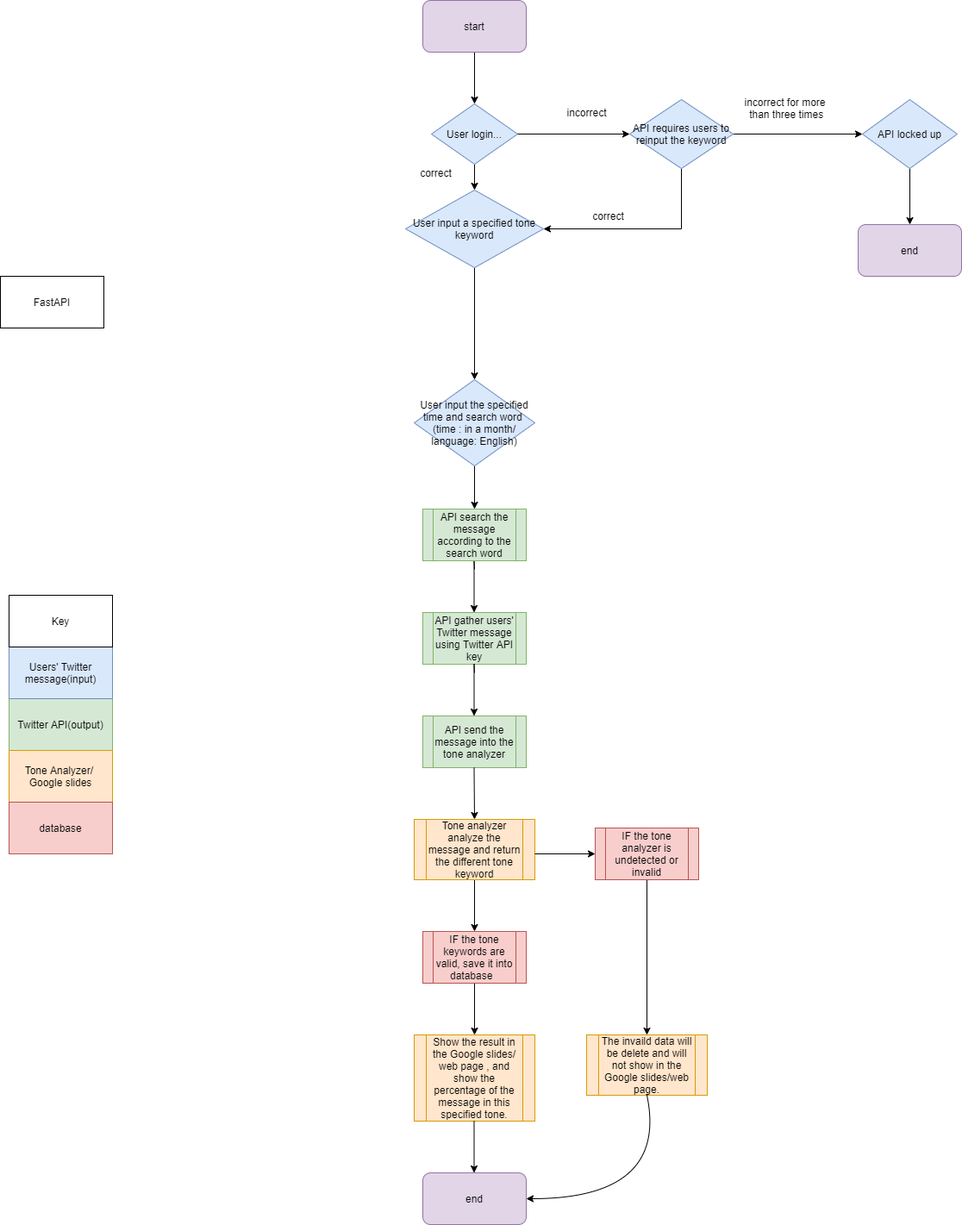
spe-uob/2021-AIWorkflow keeps this draw.io diagram as assets/user_flow_diagram.png. Above is the earlier version. Source tidied: cells renumbered, new cells last; positions are measured from the earlier drawing's top-left corner, leaving out a move shared by most shapes.
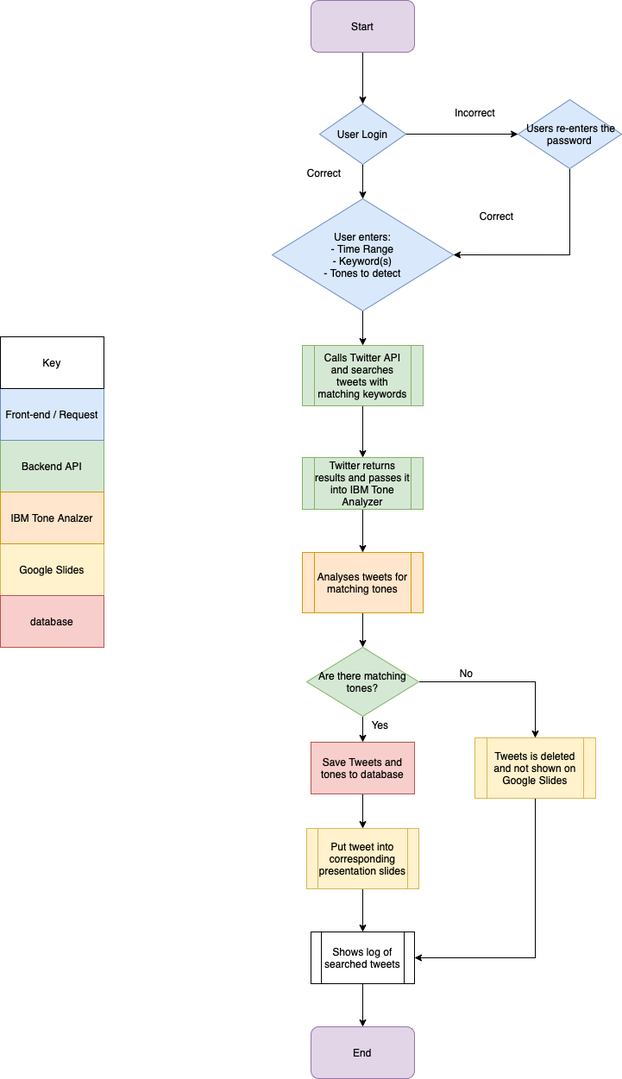
The same diagram one commit later.

What changed in the source:
```diff
@@ -2,162 +2,128 @@
   <root>
     <mxCell id="0" />
     <mxCell id="1" parent="0" />
-    <mxCell id="2" value="FastAPI" style="rounded=0;whiteSpace=wrap;html=1;" parent="1" vertex="1">
-      <mxGeometry y="320" width="120" height="60" as="geometry" />
-    </mxCell>
+    <mxCell id="7" style="edgeStyle=orthogonalEdgeStyle;rounded=0;jettySize=auto;html=1;exitX=0.5;exitY=1;exitDx=0;exitDy=0;entryX=0;entryY=0.5;entryDx=0;entryDy=0;" parent="1" edge="1" source="8" target="26">
+      <mxGeometry relative="1" as="geometry" />
+    </mxCell>
+    <mxCell id="8" value="Start" style="rounded=1;whiteSpace=wrap;html=1;fillColor=#e1d5e7;strokeColor=#9673a6;" parent="1" vertex="1">
+      <mxGeometry x="490" width="120" height="60" as="geometry" />
+    </mxCell>
+    <mxCell id="14" style="endArrow=classic;html=1;rounded=0;entryX=0.5;entryY=0;entryDx=0;entryDy=0;" parent="1" edge="1" source="13" target="16">
+      <mxGeometry relative="1" as="geometry" />
+    </mxCell>
+    <mxCell id="45" style="edgeStyle=orthogonalEdgeStyle;rounded=0;jettySize=auto;html=1;" parent="1" edge="1" source="16" target="51">
+      <mxGeometry relative="1" as="geometry" />
+    </mxCell>
+    <mxCell id="16" value="Analyses tweets for matching tones" style="shape=process;whiteSpace=wrap;html=1;backgroundOutline=1;fillColor=#ffe6cc;strokeColor=#d79b00;" parent="1" vertex="1">
+      <mxGeometry x="480" y="640" width="140" height="70" as="geometry" />
+    </mxCell>
+    <mxCell id="17" style="edgeStyle=orthogonalEdgeStyle;rounded=0;jettySize=auto;html=1;exitX=0.5;exitY=1;exitDx=0;exitDy=0;entryX=0.5;entryY=0;entryDx=0;entryDy=0;" parent="1" edge="1" source="52" target="19">
+      <mxGeometry relative="1" as="geometry" />
+    </mxCell>
+    <mxCell id="46" style="edgeStyle=orthogonalEdgeStyle;rounded=0;jettySize=auto;html=1;" parent="1" edge="1" source="19">
+      <mxGeometry relative="1" as="geometry">
+        <mxPoint x="550" y="1080" as="targetPoint" />
+      </mxGeometry>
+    </mxCell>
+    <mxCell id="19" value="Put tweet into corresponding presentation slides" style="shape=process;whiteSpace=wrap;html=1;backgroundOutline=1;fillColor=#fff2cc;strokeColor=#d6b656;" parent="1" vertex="1">
+      <mxGeometry x="485" y="960" width="130" height="70" as="geometry" />
+    </mxCell>
+    <mxCell id="21" value="End" style="rounded=1;whiteSpace=wrap;html=1;fillColor=#e1d5e7;strokeColor=#9673a6;" parent="1" vertex="1">
+      <mxGeometry x="490" y="1190" width="120" height="60" as="geometry" />
+    </mxCell>
+    <mxCell id="23" style="edgeStyle=orthogonalEdgeStyle;rounded=0;jettySize=auto;html=1;exitX=1;exitY=0.5;exitDx=0;exitDy=0;entryX=0.5;entryY=0;entryDx=0;entryDy=0;" parent="1" edge="1" source="51" target="33">
+      <mxGeometry relative="1" as="geometry" />
+    </mxCell>
+    <mxCell id="25" style="edgeStyle=orthogonalEdgeStyle;rounded=0;jettySize=auto;html=1;exitX=1;exitY=0.5;exitDx=0;exitDy=0;entryX=0.5;entryY=0;entryDx=0;entryDy=0;" parent="1" edge="1" source="26" target="31">
+      <mxGeometry relative="1" as="geometry" />
+    </mxCell>
+    <mxCell id="26" value="User Login" style="rhombus;whiteSpace=wrap;html=1;direction=south;fillColor=#dae8fc;strokeColor=#6c8ebf;" parent="1" vertex="1">
+      <mxGeometry x="500" y="120" width="100" height="70" as="geometry" />
+    </mxCell>
+    <mxCell id="28" style="edgeStyle=orthogonalEdgeStyle;rounded=0;jettySize=auto;html=1;exitX=0.5;exitY=0;exitDx=0;exitDy=0;entryX=0;entryY=0.5;entryDx=0;entryDy=0;" parent="1" edge="1" source="26" target="38">
+      <mxGeometry relative="1" as="geometry" />
+    </mxCell>
+    <mxCell id="30" style="edgeStyle=orthogonalEdgeStyle;rounded=0;jettySize=auto;html=1;" parent="1" edge="1" source="31" target="32">
+      <mxGeometry relative="1" as="geometry" />
+    </mxCell>
+    <mxCell id="31" value="User enters:&lt;br&gt;- Time Range&lt;br&gt;- Keyword(s)&lt;br&gt;- Tones to detect" style="rhombus;whiteSpace=wrap;html=1;fillColor=#dae8fc;strokeColor=#6c8ebf;" parent="1" vertex="1">
+      <mxGeometry x="445" y="230" width="210" height="130" as="geometry" />
+    </mxCell>
+    <mxCell id="47" style="edgeStyle=orthogonalEdgeStyle;rounded=0;jettySize=auto;html=1;" parent="1" edge="1" source="32" target="13">
+      <mxGeometry relative="1" as="geometry" />
+    </mxCell>
+    <mxCell id="32" value="Calls Twitter API and searches tweets with matching keywords" style="shape=process;whiteSpace=wrap;html=1;backgroundOutline=1;strokeColor=#82b366;fillColor=#d5e8d4;" parent="1" vertex="1">
+      <mxGeometry x="480" y="400" width="140" height="70" as="geometry" />
+    </mxCell>
+    <mxCell id="48" style="edgeStyle=orthogonalEdgeStyle;rounded=0;jettySize=auto;html=1;entryX=1;entryY=0.5;entryDx=0;entryDy=0;" parent="1" edge="1" source="33">
+      <mxGeometry relative="1" as="geometry">
+        <mxPoint x="610" y="1110" as="targetPoint" />
+        <Array as="points">
+          <mxPoint x="750" y="1110" />
+        </Array>
+      </mxGeometry>
+    </mxCell>
+    <mxCell id="33" value="Tweets is deleted and not shown on Google Slides" style="shape=process;whiteSpace=wrap;html=1;backgroundOutline=1;fillColor=#fff2cc;strokeColor=#d6b656;" parent="1" vertex="1">
+      <mxGeometry x="680" y="855" width="140" height="70" as="geometry" />
+    </mxCell>
+    <mxCell id="35" value="Correct" style="text;html=1;align=center;verticalAlign=middle;strokeColor=none;fillColor=none;" parent="1" vertex="1">
+      <mxGeometry x="480" y="190" width="50" height="20" as="geometry" />
+    </mxCell>
+    <mxCell id="36" style="edgeStyle=orthogonalEdgeStyle;rounded=0;jettySize=auto;html=1;exitX=0.5;exitY=1;exitDx=0;exitDy=0;entryX=1;entryY=0.5;entryDx=0;entryDy=0;" parent="1" edge="1" source="38" target="31">
+      <mxGeometry relative="1" as="geometry" />
+    </mxCell>
+    <mxCell id="38" value="&amp;nbsp;Users re-enters the password" style="rhombus;whiteSpace=wrap;html=1;fillColor=#dae8fc;strokeColor=#6c8ebf;" parent="1" vertex="1">
+      <mxGeometry x="730" y="115" width="120" height="80" as="geometry" />
+    </mxCell>
+    <mxCell id="39" value="Incorrect" style="text;html=1;align=center;verticalAlign=middle;strokeColor=none;fillColor=none;" parent="1" vertex="1">
+      <mxGeometry x="650" y="120" width="60" height="20" as="geometry" />
+    </mxCell>
+    <mxCell id="40" value="Correct" style="text;html=1;align=center;verticalAlign=middle;strokeColor=none;fillColor=none;" parent="1" vertex="1">
+      <mxGeometry x="680" y="240" width="50" height="20" as="geometry" />
+    </mxCell>
+    <mxCell id="13" value="Twitter returns results and passes it into IBM Tone Analyzer" style="shape=process;whiteSpace=wrap;html=1;backgroundOutline=1;fillColor=#d5e8d4;strokeColor=#82b366;" parent="1" vertex="1">
+      <mxGeometry x="480" y="530" width="140" height="60" as="geometry" />
+    </mxCell>
+    <mxCell id="49" value="Google Slides" style="rounded=0;whiteSpace=wrap;html=1;fillColor=#fff2cc;strokeColor=#d6b656;" parent="1" vertex="1">
+      <mxGeometry x="130" y="630" width="120" height="60" as="geometry" />
+    </mxCell>
-    <mxCell id="3" value="Twitter API(output)" style="rounded=0;whiteSpace=wrap;html=1;fillColor=#d5e8d4;strokeColor=#82b366;" parent="1" vertex="1">
-      <mxGeometry x="10" y="810" width="120" height="60" as="geometry" />
+    <mxCell id="3" value="Backend API" style="rounded=0;whiteSpace=wrap;html=1;fillColor=#d5e8d4;strokeColor=#82b366;" parent="1" vertex="1">
+      <mxGeometry x="130" y="510" width="120" height="60" as="geometry" />
     </mxCell>
-    <mxCell id="4" value="Users' Twitter message(input)" style="rounded=0;whiteSpace=wrap;html=1;fillColor=#dae8fc;strokeColor=#6c8ebf;" parent="1" vertex="1">
-      <mxGeometry x="10" y="750" width="120" height="60" as="geometry" />
+    <mxCell id="4" value="Front-end / Request" style="rounded=0;whiteSpace=wrap;html=1;fillColor=#dae8fc;strokeColor=#6c8ebf;" parent="1" vertex="1">
+      <mxGeometry x="130" y="450" width="120" height="60" as="geometry" />
     </mxCell>
-    <mxCell id="5" value="Tone Analyzer/&amp;nbsp;&lt;br&gt;Google slides" style="rounded=0;whiteSpace=wrap;html=1;fillColor=#ffe6cc;strokeColor=#d79b00;" parent="1" vertex="1">
-      <mxGeometry x="10" y="870" width="120" height="60" as="geometry" />
+    <mxCell id="5" value="IBM Tone Analzer" style="rounded=0;whiteSpace=wrap;html=1;fillColor=#ffe6cc;strokeColor=#d79b00;" parent="1" vertex="1">
+      <mxGeometry x="130" y="570" width="120" height="60" as="geometry" />
     </mxCell>
     <mxCell id="6" value="Key" style="rounded=0;whiteSpace=wrap;html=1;" parent="1" vertex="1">
-      <mxGeometry x="10" y="690" width="120" height="60" as="geometry" />
+      <mxGeometry x="130" y="390" width="120" height="60" as="geometry" />
     </mxCell>
-    <mxCell id="7" style="edgeStyle=orthogonalEdgeStyle;rounded=0;jettySize=auto;html=1;exitX=0.5;exitY=1;exitDx=0;exitDy=0;entryX=0;entryY=0.5;entryDx=0;entryDy=0;" parent="1" edge="1" source="8" target="26">
-      <mxGeometry relative="1" as="geometry" />
-    </mxCell>
-    <mxCell id="8" value="start" style="rounded=1;whiteSpace=wrap;html=1;fillColor=#e1d5e7;strokeColor=#9673a6;" parent="1" vertex="1">
-      <mxGeometry x="490" width="120" height="60" as="geometry" />
-    </mxCell>
-    <mxCell id="9" style="endArrow=classic;html=1;rounded=0;" parent="1" edge="1">
-      <mxGeometry relative="1" as="geometry">
-        <mxPoint x="550" y="660" as="sourcePoint" />
-        <mxPoint x="549.5" y="710" as="targetPoint" />
-        <Array as="points">
-          <mxPoint x="549.5" y="650" />
-        </Array>
-      </mxGeometry>
-    </mxCell>
-    <mxCell id="10" value="API gather users' Twitter message using Twitter API key" style="shape=process;whiteSpace=wrap;html=1;backgroundOutline=1;fillColor=#d5e8d4;strokeColor=#82b366;" parent="1" vertex="1">
-      <mxGeometry x="490" y="710" width="120" height="60" as="geometry" />
-    </mxCell>
     <mxCell id="11" value="database" style="rounded=0;whiteSpace=wrap;html=1;fillColor=#f8cecc;strokeColor=#b85450;" parent="1" vertex="1">
-      <mxGeometry x="10" y="930" width="120" height="60" as="geometry" />
+      <mxGeometry x="130" y="690" width="120" height="60" as="geometry" />
     </mxCell>
-    <mxCell id="12" style="endArrow=classic;html=1;rounded=0;" parent="1" edge="1">
-      <mxGeometry relative="1" as="geometry">
-        <mxPoint x="550" y="780" as="sourcePoint" />
-        <mxPoint x="549.5" y="830" as="targetPoint" />
-        <Array as="points">
-          <mxPoint x="549.5" y="770" />
-        </Array>
-      </mxGeometry>
-    </mxCell>
-    <mxCell id="13" value="API send the message into the tone analyzer" style="shape=process;whiteSpace=wrap;html=1;backgroundOutline=1;fillColor=#d5e8d4;strokeColor=#82b366;" parent="1" vertex="1">
-      <mxGeometry x="490" y="830" width="120" height="60" as="geometry" />
-    </mxCell>
-    <mxCell id="14" style="endArrow=classic;html=1;rounded=0;entryX=0.5;entryY=0;entryDx=0;entryDy=0;" parent="1" edge="1" target="16">
-      <mxGeometry relative="1" as="geometry">
-        <mxPoint x="549.5" y="890" as="sourcePoint" />
-      </mxGeometry>
-    </mxCell>
-    <mxCell id="15" style="edgeStyle=orthogonalEdgeStyle;rounded=0;jettySize=auto;html=1;exitX=0.5;exitY=1;exitDx=0;exitDy=0;" parent="1" edge="1" source="16">
-      <mxGeometry relative="1" as="geometry">
-        <mxPoint x="550" y="1080" as="targetPoint" />
-      </mxGeometry>
-    </mxCell>
-    <mxCell id="16" value="Tone analyzer analyze the message and return the different tone keyword" style="shape=process;whiteSpace=wrap;html=1;backgroundOutline=1;fillColor=#ffe6cc;strokeColor=#d79b00;" parent="1" vertex="1">
-      <mxGeometry x="480" y="950" width="140" height="70" as="geometry" />
-    </mxCell>
-    <mxCell id="17" style="edgeStyle=orthogonalEdgeStyle;rounded=0;jettySize=auto;html=1;exitX=0.5;exitY=1;exitDx=0;exitDy=0;entryX=0.5;entryY=0;entryDx=0;entryDy=0;" parent="1" edge="1" source="18" target="19">
-      <mxGeometry relative="1" as="geometry" />
-    </mxCell>
-    <mxCell id="18" value="IF the tone keywords are valid, save it into database&amp;nbsp;&amp;nbsp;" style="shape=process;whiteSpace=wrap;html=1;backgroundOutline=1;fillColor=#f8cecc;strokeColor=#b85450;" parent="1" vertex="1">
-      <mxGeometry x="490" y="1080" width="120" height="60" as="geometry" />
-    </mxCell>
-    <mxCell id="19" value="Show the result in the Google slides/ web page , and show the percentage of the message in this specified tone." style="shape=process;whiteSpace=wrap;html=1;backgroundOutline=1;fillColor=#ffe6cc;strokeColor=#d79b00;" parent="1" vertex="1">
-      <mxGeometry x="480" y="1200" width="140" height="100" as="geometry" />
-    </mxCell>
-    <mxCell id="20" style="endArrow=classic;html=1;rounded=0;" parent="1" edge="1">
-      <mxGeometry relative="1" as="geometry">
-        <mxPoint x="549.5" y="1300" as="sourcePoint" />
-        <mxPoint x="549.5" y="1360" as="targetPoint" />
-      </mxGeometry>
-    </mxCell>
-    <mxCell id="21" value="end" style="rounded=1;whiteSpace=wrap;html=1;fillColor=#e1d5e7;strokeColor=#9673a6;" parent="1" vertex="1">
-      <mxGeometry x="490" y="1360" width="120" height="60" as="geometry" />
-    </mxCell>
-    <mxCell id="22" style="endArrow=classic;html=1;rounded=0;" parent="1" edge="1">
-      <mxGeometry relative="1" as="geometry">
-        <mxPoint x="620" y="990" as="sourcePoint" />
-        <mxPoint x="690" y="990" as="targetPoint" />
-      </mxGeometry>
-    </mxCell>
-    <mxCell id="23" style="edgeStyle=orthogonalEdgeStyle;rounded=0;jettySize=auto;html=1;exitX=0.5;exitY=1;exitDx=0;exitDy=0;entryX=0.5;entryY=0;entryDx=0;entryDy=0;" parent="1" edge="1" source="24" target="33">
-      <mxGeometry relative="1" as="geometry" />
-    </mxCell>
-    <mxCell id="24" value="IF the tone analyzer is undetected or invalid" style="shape=process;whiteSpace=wrap;html=1;backgroundOutline=1;fillColor=#f8cecc;strokeColor=#b85450;" parent="1" vertex="1">
-      <mxGeometry x="690" y="960" width="120" height="60" as="geometry" />
-    </mxCell>
-    <mxCell id="25" style="edgeStyle=orthogonalEdgeStyle;rounded=0;jettySize=auto;html=1;exitX=1;exitY=0.5;exitDx=0;exitDy=0;entryX=0;entryY=0.5;entryDx=0;entryDy=0;" parent="1" edge="1" source="26" target="29">
-      <mxGeometry relative="1" as="geometry" />
-    </mxCell>
-    <mxCell id="26" value="User login..." style="rhombus;whiteSpace=wrap;html=1;direction=south;fillColor=#dae8fc;strokeColor=#6c8ebf;" parent="1" vertex="1">
-      <mxGeometry x="500" y="120" width="100" height="70" as="geometry" />
-    </mxCell>
-    <mxCell id="27" style="edgeStyle=orthogonalEdgeStyle;rounded=0;jettySize=auto;html=1;exitX=1;exitY=0.5;exitDx=0;exitDy=0;" parent="1" edge="1" source="29" target="31">
-      <mxGeometry relative="1" as="geometry" />
-    </mxCell>
-    <mxCell id="28" style="edgeStyle=orthogonalEdgeStyle;rounded=0;jettySize=auto;html=1;exitX=0.5;exitY=0;exitDx=0;exitDy=0;entryX=0;entryY=0.5;entryDx=0;entryDy=0;" parent="1" edge="1" source="26" target="38">
-      <mxGeometry relative="1" as="geometry" />
-    </mxCell>
-    <mxCell id="29" value="User input a specified tone keyword" style="rhombus;whiteSpace=wrap;html=1;direction=south;fillColor=#dae8fc;strokeColor=#6c8ebf;" parent="1" vertex="1">
-      <mxGeometry x="470" y="220" width="160" height="90" as="geometry" />
-    </mxCell>
-    <mxCell id="30" style="edgeStyle=orthogonalEdgeStyle;rounded=0;jettySize=auto;html=1;" parent="1" edge="1" source="31" target="32">
-      <mxGeometry relative="1" as="geometry" />
-    </mxCell>
-    <mxCell id="31" value="User input the specified time and search word&amp;nbsp;&lt;br&gt;(time : in a month/ language: English)" style="rhombus;whiteSpace=wrap;html=1;fillColor=#dae8fc;strokeColor=#6c8ebf;" parent="1" vertex="1">
-      <mxGeometry x="480" y="440" width="140" height="100" as="geometry" />
-    </mxCell>
-    <mxCell id="32" value="API search the message according to the search word" style="shape=process;whiteSpace=wrap;html=1;backgroundOutline=1;strokeColor=#82b366;fillColor=#d5e8d4;" parent="1" vertex="1">
-      <mxGeometry x="490" y="590" width="120" height="60" as="geometry" />
-    </mxCell>
-    <mxCell id="33" value="The invaild data will be delete and will not show in the Google slides/web page." style="shape=process;whiteSpace=wrap;html=1;backgroundOutline=1;fillColor=#ffe6cc;strokeColor=#d79b00;" parent="1" vertex="1">
-      <mxGeometry x="680" y="1200" width="140" height="70" as="geometry" />
-    </mxCell>
-    <mxCell id="34" style="curved=1;endArrow=classic;html=1;rounded=0;exitX=0.5;exitY=1;exitDx=0;exitDy=0;entryX=1;entryY=0.5;entryDx=0;entryDy=0;" parent="1" edge="1" source="33" target="21">
-      <mxGeometry relative="1" as="geometry">
-        <Array as="points">
-          <mxPoint x="775" y="1390" />
-        </Array>
-      </mxGeometry>
-    </mxCell>
-    <mxCell id="35" value="correct" style="text;html=1;align=center;verticalAlign=middle;strokeColor=none;fillColor=none;" parent="1" vertex="1">
-      <mxGeometry x="480" y="190" width="50" height="20" as="geometry" />
-    </mxCell>
-    <mxCell id="36" style="edgeStyle=orthogonalEdgeStyle;rounded=0;jettySize=auto;html=1;exitX=0.5;exitY=1;exitDx=0;exitDy=0;entryX=0.5;entryY=0;entryDx=0;entryDy=0;" parent="1" edge="1" source="38" target="29">
-      <mxGeometry relative="1" as="geometry" />
-    </mxCell>
-    <mxCell id="37" style="edgeStyle=orthogonalEdgeStyle;rounded=0;jettySize=auto;html=1;exitX=1;exitY=0.5;exitDx=0;exitDy=0;" parent="1" edge="1" source="38">
-      <mxGeometry relative="1" as="geometry">
-        <mxPoint x="1000" y="155" as="targetPoint" />
-      </mxGeometry>
-    </mxCell>
-    <mxCell id="38" value="API requires users to reinput the keyword" style="rhombus;whiteSpace=wrap;html=1;fillColor=#dae8fc;strokeColor=#6c8ebf;" parent="1" vertex="1">
-      <mxGeometry x="730" y="115" width="120" height="80" as="geometry" />
-    </mxCell>
-    <mxCell id="39" value="incorrect" style="text;html=1;align=center;verticalAlign=middle;strokeColor=none;fillColor=none;" parent="1" vertex="1">
-      <mxGeometry x="650" y="120" width="60" height="20" as="geometry" />
-    </mxCell>
-    <mxCell id="40" value="correct" style="text;html=1;align=center;verticalAlign=middle;strokeColor=none;fillColor=none;" parent="1" vertex="1">
-      <mxGeometry x="680" y="240" width="50" height="20" as="geometry" />
-    </mxCell>
-    <mxCell id="41" value="incorrect for more&lt;br&gt;&amp;nbsp;than three times" style="text;html=1;align=center;verticalAlign=middle;strokeColor=none;fillColor=none;" parent="1" vertex="1">
-      <mxGeometry x="855" y="110" width="110" height="30" as="geometry" />
-    </mxCell>
-    <mxCell id="42" style="edgeStyle=orthogonalEdgeStyle;rounded=0;jettySize=auto;html=1;exitX=0.5;exitY=1;exitDx=0;exitDy=0;" parent="1" edge="1" source="43" target="44">
-      <mxGeometry relative="1" as="geometry" />
-    </mxCell>
-    <mxCell id="43" value="API locked up" style="rhombus;whiteSpace=wrap;html=1;fillColor=#dae8fc;strokeColor=#6c8ebf;" parent="1" vertex="1">
-      <mxGeometry x="1000" y="115" width="110" height="80" as="geometry" />
-    </mxCell>
-    <mxCell id="44" value="end" style="rounded=1;whiteSpace=wrap;html=1;fillColor=#e1d5e7;strokeColor=#9673a6;" parent="1" vertex="1">
-      <mxGeometry x="995" y="260" width="120" height="60" as="geometry" />
-    </mxCell>
+    <mxCell id="50" style="edgeStyle=orthogonalEdgeStyle;rounded=0;jettySize=auto;html=1;" parent="1" edge="1" source="51" target="52">
+      <mxGeometry relative="1" as="geometry" />
+    </mxCell>
+    <mxCell id="51" value="Are there matching tones?" style="rhombus;whiteSpace=wrap;html=1;fillColor=#d5e8d4;strokeColor=#82b366;" parent="1" vertex="1">
+      <mxGeometry x="485" y="750" width="130" height="80" as="geometry" />
+    </mxCell>
+    <mxCell id="52" value="Save Tweets and tones to database" style="rounded=0;whiteSpace=wrap;html=1;fillColor=#f8cecc;strokeColor=#b85450;" parent="1" vertex="1">
+      <mxGeometry x="490" y="860" width="120" height="60" as="geometry" />
+    </mxCell>
+    <mxCell id="53" value="Yes" style="text;html=1;align=center;verticalAlign=middle;strokeColor=none;fillColor=none;" parent="1" vertex="1">
+      <mxGeometry x="550" y="830" width="40" height="20" as="geometry" />
+    </mxCell>
+    <mxCell id="54" value="No" style="text;html=1;align=center;verticalAlign=middle;strokeColor=none;fillColor=none;" parent="1" vertex="1">
+      <mxGeometry x="655" y="770" width="30" height="20" as="geometry" />
+    </mxCell>
+    <mxCell id="55" style="edgeStyle=orthogonalEdgeStyle;rounded=0;jettySize=auto;html=1;" parent="1" edge="1" target="21">
+      <mxGeometry relative="1" as="geometry">
+        <mxPoint x="550" y="1140" as="sourcePoint" />
+      </mxGeometry>
+    </mxCell>
+    <mxCell id="56" value="Shows log of searched tweets" style="shape=process;whiteSpace=wrap;html=1;backgroundOutline=1;" parent="1" vertex="1">
+      <mxGeometry x="490" y="1080" width="120" height="60" as="geometry" />
+    </mxCell>
   </root>
 </mxGraphModel>
```
